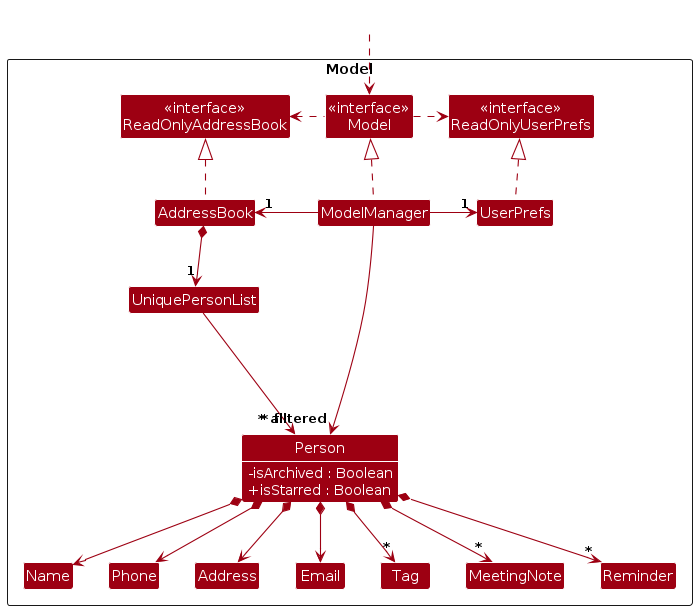
Above: diagrams/ModelClassDiagram.png in AY2526S1-CS2103T-F09-1/tp (PlantUML), before the change. Its source is kept beside it as diagrams/ModelClassDiagram.puml.
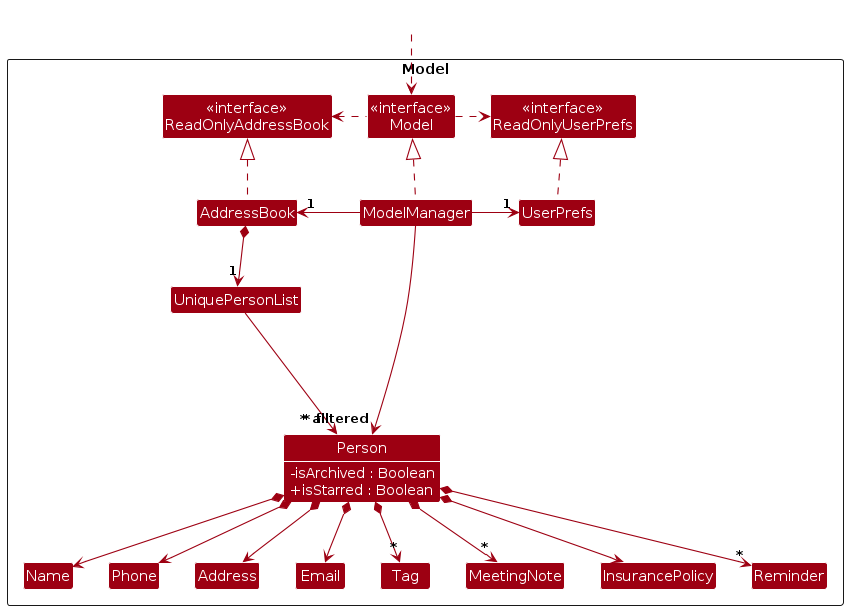
After the commit.

Diff of the diagram source:
```diff
@@ -27,6 +27,7 @@
 Class Phone
 Class Tag
 Class MeetingNote
+Class InsurancePolicy
 Class Reminder
 
 Class I #FFFFFF
@@ -52,6 +53,7 @@
 Person *--> Address
 Person *--> "*" Tag
 Person *--> "*" MeetingNote
+Person *--> InsurancePolicy
 Person *--> "*" Reminder
 
 Person -[hidden]up--> I
```
